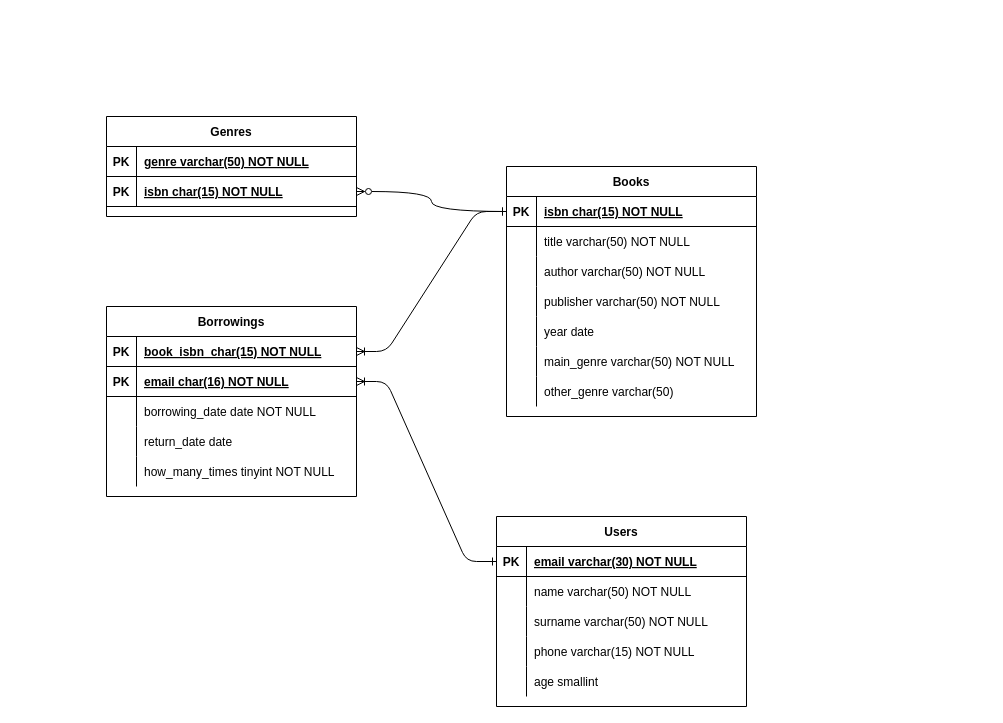
Earlier version of the draw.io diagram ER_biblioteca.drawio (Ghianda22/db-biblioteca). Source tidied: cells renumbered, new cells numbered last; positions are measured from the earlier drawing's top-left corner, leaving out a move shared by most shapes. Both pictures are drawn from the tidied source at 100%, with x=0, y=0 at pixel (106, 116).
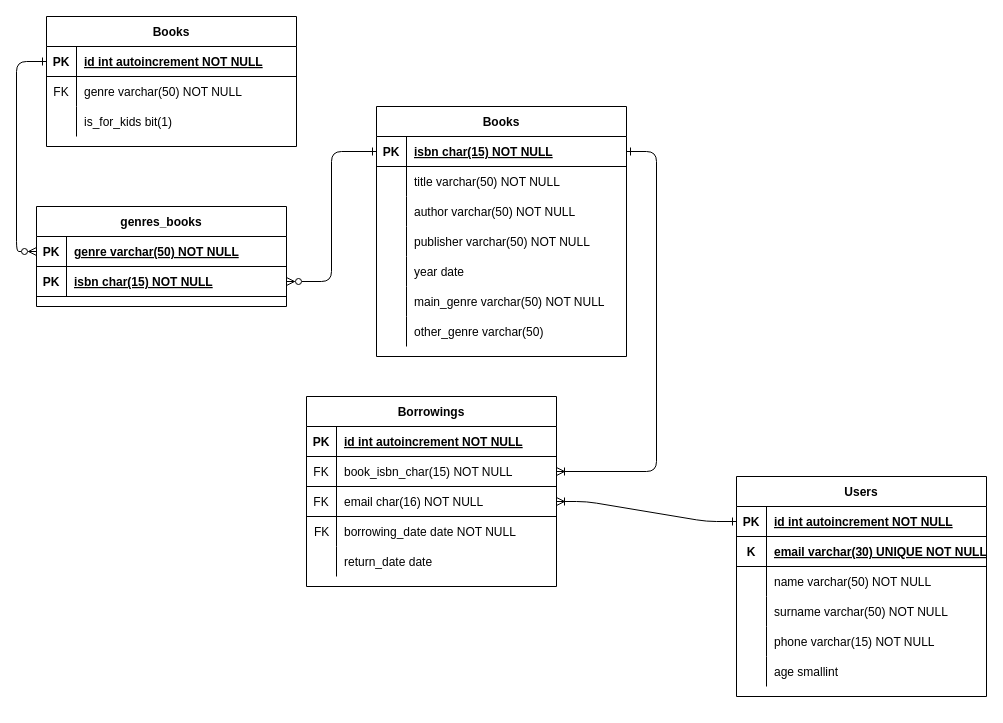
The same diagram, later.

The change refers to these unchanged cells:
```xml
<mxCell id="37" style="shape=partialRectangle;fillColor=none;points=[[0,0.5],[1,0.5]];portConstraint=eastwest;top=0;left=0;right=0;bottom=1;" parent="36" vertex="1">
  <mxGeometry y="30" width="250" height="30" as="geometry" />
</mxCell>
<mxCell id="59" style="shape=partialRectangle;fillColor=none;points=[[0,0.5],[1,0.5]];portConstraint=eastwest;top=0;left=0;right=0;bottom=1;" parent="58" vertex="1">
  <mxGeometry y="30" width="250" height="30" as="geometry" />
</mxCell>
<mxCell id="62" style="shape=partialRectangle;fillColor=none;points=[[0,0.5],[1,0.5]];portConstraint=eastwest;top=0;left=0;right=0;bottom=1;" parent="58" vertex="1">
  <mxGeometry y="60" width="250" height="30" as="geometry" />
</mxCell>
```

Diff of the diagram source:
```diff
@@
-    <mxCell id="3" style="edgeStyle=entityRelationEdgeStyle;endArrow=ERone;startArrow=ERoneToMany;endFill=0;startFill=0;exitX=1;exitY=0.5;exitDx=0;exitDy=0;entryX=0;entryY=0.5;entryDx=0;entryDy=0;" parent="1" edge="1" source="8" target="21">
+    <mxCell id="3" style="edgeStyle=entityRelationEdgeStyle;endArrow=ERone;startArrow=ERoneToMany;endFill=0;startFill=0;exitX=1;exitY=0.5;exitDx=0;exitDy=0;entryX=0;entryY=0.5;entryDx=0;entryDy=0;" parent="1" edge="1" source="8" target="70">
       <mxGeometry relative="1" as="geometry" />
     </mxCell>
     <mxCell id="4" value="Borrowings" style="shape=table;startSize=30;childLayout=tableLayout;rowLines=0;fontStyle=1;align=center;" parent="1" vertex="1">
-      <mxGeometry y="190" width="250" height="190" as="geometry" />
+      <mxGeometry x="200" y="280" width="250" height="190" as="geometry" />
     </mxCell>
+    <mxCell id="67" style="shape=partialRectangle;fillColor=none;top=0;left=0;right=0;bottom=1;" parent="4" vertex="1">
+      <mxGeometry y="30" width="250" height="30" as="geometry" />
+    </mxCell>
+    <mxCell id="68" value="PK" style="shape=partialRectangle;overflow=hidden;fillColor=none;top=0;left=0;bottom=0;right=0;fontStyle=1;" parent="67" vertex="1">
+      <mxGeometry width="30" height="30" as="geometry" />
+    </mxCell>
+    <mxCell id="69" value="id int autoincrement NOT NULL" style="shape=partialRectangle;overflow=hidden;fillColor=none;top=0;left=0;bottom=0;right=0;align=left;spacingLeft=6;fontStyle=5;" parent="67" vertex="1">
+      <mxGeometry x="30" width="220" height="30" as="geometry" />
+    </mxCell>
     <mxCell id="5" style="shape=partialRectangle;fillColor=none;points=[[0,0.5],[1,0.5]];portConstraint=eastwest;top=0;left=0;right=0;bottom=1;" parent="4" vertex="1">
-      <mxGeometry y="30" width="250" height="30" as="geometry" />
+      <mxGeometry y="60" width="250" height="30" as="geometry" />
     </mxCell>
-    <mxCell id="6" value="PK" style="shape=partialRectangle;overflow=hidden;fillColor=none;top=0;left=0;bottom=0;right=0;fontStyle=1;" parent="5" vertex="1">
+    <mxCell id="6" value="FK" style="shape=partialRectangle;overflow=hidden;fillColor=none;top=0;left=0;bottom=0;right=0;fontStyle=0;" parent="5" vertex="1">
       <mxGeometry width="30" height="30" as="geometry" />
     </mxCell>
-    <mxCell id="7" value="book_isbn_char(15) NOT NULL" style="shape=partialRectangle;overflow=hidden;fillColor=none;top=0;left=0;bottom=0;right=0;align=left;spacingLeft=6;fontStyle=5;" parent="5" vertex="1">
+    <mxCell id="7" value="book_isbn_char(15) NOT NULL" style="shape=partialRectangle;overflow=hidden;fillColor=none;top=0;left=0;bottom=0;right=0;align=left;spacingLeft=6;fontStyle=0;" parent="5" vertex="1">
       <mxGeometry x="30" width="220" height="30" as="geometry" />
     </mxCell>
     <mxCell id="8" style="shape=partialRectangle;fillColor=none;points=[[0,0.5],[1,0.5]];portConstraint=eastwest;top=0;left=0;right=0;bottom=1;" parent="4" vertex="1">
-      <mxGeometry y="60" width="250" height="30" as="geometry" />
+      <mxGeometry y="90" width="250" height="30" as="geometry" />
     </mxCell>
-    <mxCell id="9" value="PK" style="shape=partialRectangle;overflow=hidden;fillColor=none;top=0;left=0;bottom=0;right=0;fontStyle=1;" parent="8" vertex="1">
+    <mxCell id="9" value="FK" style="shape=partialRectangle;overflow=hidden;fillColor=none;top=0;left=0;bottom=0;right=0;fontStyle=0;" parent="8" vertex="1">
       <mxGeometry width="30" height="30" as="geometry" />
     </mxCell>
-    <mxCell id="10" value="email char(16) NOT NULL" style="shape=partialRectangle;overflow=hidden;fillColor=none;top=0;left=0;bottom=0;right=0;align=left;spacingLeft=6;fontStyle=5;" parent="8" vertex="1">
+    <mxCell id="10" value="email char(16) NOT NULL" style="shape=partialRectangle;overflow=hidden;fillColor=none;top=0;left=0;bottom=0;right=0;align=left;spacingLeft=6;fontStyle=0;" parent="8" vertex="1">
       <mxGeometry x="30" width="220" height="30" as="geometry" />
     </mxCell>
     <mxCell id="11" style="shape=partialRectangle;fillColor=none;top=0;left=0;right=0;bottom=0;" parent="4" vertex="1">
-      <mxGeometry y="90" width="250" height="30" as="geometry" />
+      <mxGeometry y="120" width="250" height="30" as="geometry" />
     </mxCell>
-    <mxCell id="12" style="shape=partialRectangle;overflow=hidden;fillColor=none;top=0;left=0;bottom=0;right=0;" parent="11" vertex="1">
+    <mxCell id="12" value="FK" style="shape=partialRectangle;overflow=hidden;fillColor=none;top=0;left=0;bottom=0;right=0;align=left;spacingLeft=6;fontStyle=0;" parent="11" vertex="1">
       <mxGeometry width="30" height="30" as="geometry" />
     </mxCell>
-    <mxCell id="13" value="borrowing_date date NOT NULL" style="shape=partialRectangle;overflow=hidden;fillColor=none;top=0;left=0;bottom=0;right=0;align=left;spacingLeft=6;" parent="11" vertex="1">
+    <mxCell id="13" value="borrowing_date date NOT NULL" style="shape=partialRectangle;overflow=hidden;fillColor=none;top=0;left=0;bottom=0;right=0;align=left;spacingLeft=6;fontStyle=0;" parent="11" vertex="1">
       <mxGeometry x="30" width="220" height="30" as="geometry" />
     </mxCell>
     <mxCell id="14" style="shape=partialRectangle;fillColor=none;top=0;left=0;right=0;bottom=0;" parent="4" vertex="1">
-      <mxGeometry y="120" width="250" height="30" as="geometry" />
+      <mxGeometry y="150" width="250" height="30" as="geometry" />
     </mxCell>
@@
-    <mxCell id="17" style="shape=partialRectangle;fillColor=none;top=0;left=0;right=0;bottom=0;" parent="4" vertex="1">
-      <mxGeometry y="150" width="250" height="30" as="geometry" />
-    </mxCell>
-    <mxCell id="18" style="shape=partialRectangle;overflow=hidden;fillColor=none;top=0;left=0;bottom=0;right=0;" parent="17" vertex="1">
-      <mxGeometry width="30" height="30" as="geometry" />
-    </mxCell>
-    <mxCell id="19" value="how_many_times tinyint NOT NULL" style="shape=partialRectangle;overflow=hidden;fillColor=none;top=0;left=0;bottom=0;right=0;align=left;spacingLeft=6;" parent="17" vertex="1">
-      <mxGeometry x="30" width="220" height="30" as="geometry" />
-    </mxCell>
     <mxCell id="20" value="Users" style="shape=table;startSize=30;childLayout=tableLayout;rowLines=0;fontStyle=1;align=center;" parent="1" vertex="1">
-      <mxGeometry x="390" y="400" width="250" height="190" as="geometry" />
+      <mxGeometry x="630" y="360" width="250" height="220" as="geometry" />
     </mxCell>
+    <mxCell id="70" style="shape=partialRectangle;fillColor=none;points=[[0,0.5],[1,0.5]];portConstraint=eastwest;top=0;left=0;right=0;bottom=1;" parent="20" vertex="1">
+      <mxGeometry y="30" width="250" height="30" as="geometry" />
+    </mxCell>
+    <mxCell id="71" value="PK" style="shape=partialRectangle;overflow=hidden;fillColor=none;top=0;left=0;bottom=0;right=0;fontStyle=1;" parent="70" vertex="1">
+      <mxGeometry width="30" height="30" as="geometry" />
+    </mxCell>
+    <mxCell id="72" value="id int autoincrement NOT NULL" style="shape=partialRectangle;overflow=hidden;fillColor=none;top=0;left=0;bottom=0;right=0;align=left;spacingLeft=6;fontStyle=5;" parent="70" vertex="1">
+      <mxGeometry x="30" width="220" height="30" as="geometry" />
+    </mxCell>
     <mxCell id="21" style="shape=partialRectangle;fillColor=none;points=[[0,0.5],[1,0.5]];portConstraint=eastwest;top=0;left=0;right=0;bottom=1;" parent="20" vertex="1">
-      <mxGeometry y="30" width="250" height="30" as="geometry" />
+      <mxGeometry y="60" width="250" height="30" as="geometry" />
     </mxCell>
-    <mxCell id="22" value="PK" style="shape=partialRectangle;overflow=hidden;fillColor=none;top=0;left=0;bottom=0;right=0;fontStyle=1;" parent="21" vertex="1">
+    <mxCell id="22" value="K" style="shape=partialRectangle;overflow=hidden;fillColor=none;top=0;left=0;bottom=0;right=0;fontStyle=1;" parent="21" vertex="1">
       <mxGeometry width="30" height="30" as="geometry" />
     </mxCell>
-    <mxCell id="23" value="email varchar(30) NOT NULL" style="shape=partialRectangle;overflow=hidden;fillColor=none;top=0;left=0;bottom=0;right=0;align=left;spacingLeft=6;fontStyle=5;" parent="21" vertex="1">
+    <mxCell id="23" value="email varchar(30) UNIQUE NOT NULL" style="shape=partialRectangle;overflow=hidden;fillColor=none;top=0;left=0;bottom=0;right=0;align=left;spacingLeft=6;fontStyle=5;" parent="21" vertex="1">
       <mxGeometry x="30" width="220" height="30" as="geometry" />
     </mxCell>
     <mxCell id="24" style="shape=partialRectangle;fillColor=none;top=0;left=0;right=0;bottom=0;" parent="20" vertex="1">
-      <mxGeometry y="60" width="250" height="30" as="geometry" />
+      <mxGeometry y="90" width="250" height="30" as="geometry" />
     </mxCell>
@@
     <mxCell id="27" style="shape=partialRectangle;fillColor=none;top=0;left=0;right=0;bottom=0;" parent="20" vertex="1">
-      <mxGeometry y="90" width="250" height="30" as="geometry" />
+      <mxGeometry y="120" width="250" height="30" as="geometry" />
     </mxCell>
@@
     <mxCell id="30" style="shape=partialRectangle;fillColor=none;top=0;left=0;right=0;bottom=0;" parent="20" vertex="1">
-      <mxGeometry y="120" width="250" height="30" as="geometry" />
+      <mxGeometry y="150" width="250" height="30" as="geometry" />
     </mxCell>
@@
     <mxCell id="33" style="shape=partialRectangle;fillColor=none;top=0;left=0;right=0;bottom=0;" parent="20" vertex="1">
-      <mxGeometry y="150" width="250" height="30" as="geometry" />
+      <mxGeometry y="180" width="250" height="30" as="geometry" />
     </mxCell>
@@
     <mxCell id="36" value="Books" style="shape=table;startSize=30;childLayout=tableLayout;rowLines=0;fontStyle=1;align=center;" parent="1" vertex="1">
-      <mxGeometry x="400" y="50" width="250" height="250" as="geometry" />
+      <mxGeometry x="270" y="-10" width="250" height="250" as="geometry" />
     </mxCell>
@@
-    <mxCell id="58" value="Genres" style="shape=table;startSize=30;childLayout=tableLayout;rowLines=0;fontStyle=1;align=center;" parent="1" vertex="1">
-      <mxGeometry width="250" height="100" as="geometry" />
+    <mxCell id="58" value="genres_books" style="shape=table;startSize=30;childLayout=tableLayout;rowLines=0;fontStyle=1;align=center;" parent="1" vertex="1">
+      <mxGeometry x="-70" y="90" width="250" height="100" as="geometry" />
     </mxCell>
@@
-    <mxCell id="66" style="rounded=0;jettySize=auto;html=1;exitX=0;exitY=0.5;exitDx=0;exitDy=0;entryX=1;entryY=0.5;entryDx=0;entryDy=0;startArrow=ERone;startFill=0;endArrow=ERzeroToMany;endFill=0;edgeStyle=orthogonalEdgeStyle;curved=1;" parent="1" edge="1" source="37" target="62">
+    <mxCell id="66" style="rounded=1;jettySize=auto;html=1;exitX=0;exitY=0.5;exitDx=0;exitDy=0;entryX=1;entryY=0.5;entryDx=0;entryDy=0;startArrow=ERone;startFill=0;endArrow=ERzeroToMany;endFill=0;edgeStyle=orthogonalEdgeStyle;" parent="1" edge="1" source="37" target="62">
       <mxGeometry relative="1" as="geometry" />
     </mxCell>
+    <mxCell id="73" value="Books" style="shape=table;startSize=30;childLayout=tableLayout;rowLines=0;fontStyle=1;align=center;" parent="1" vertex="1">
+      <mxGeometry x="-60" y="-100" width="250" height="130" as="geometry" />
+    </mxCell>
+    <mxCell id="74" style="shape=partialRectangle;fillColor=none;points=[[0,0.5],[1,0.5]];portConstraint=eastwest;top=0;left=0;right=0;bottom=1;" parent="73" vertex="1">
+      <mxGeometry y="30" width="250" height="30" as="geometry" />
+    </mxCell>
+    <mxCell id="75" value="PK" style="shape=partialRectangle;overflow=hidden;fillColor=none;top=0;left=0;bottom=0;right=0;fontStyle=1;" parent="74" vertex="1">
+      <mxGeometry width="30" height="30" as="geometry" />
+    </mxCell>
+    <mxCell id="76" value="id int autoincrement NOT NULL" style="shape=partialRectangle;overflow=hidden;fillColor=none;top=0;left=0;bottom=0;right=0;align=left;spacingLeft=6;fontStyle=5;" parent="74" vertex="1">
+      <mxGeometry x="30" width="220" height="30" as="geometry" />
+    </mxCell>
+    <mxCell id="77" style="shape=partialRectangle;fillColor=none;top=0;left=0;right=0;bottom=0;" parent="73" vertex="1">
+      <mxGeometry y="60" width="250" height="30" as="geometry" />
+    </mxCell>
+    <mxCell id="78" value="FK" style="shape=partialRectangle;overflow=hidden;fillColor=none;top=0;left=0;bottom=0;right=0;" parent="77" vertex="1">
+      <mxGeometry width="30" height="30" as="geometry" />
+    </mxCell>
+    <mxCell id="79" value="genre varchar(50) NOT NULL" style="shape=partialRectangle;overflow=hidden;fillColor=none;top=0;left=0;bottom=0;right=0;align=left;spacingLeft=6;" parent="77" vertex="1">
+      <mxGeometry x="30" width="220" height="30" as="geometry" />
+    </mxCell>
+    <mxCell id="80" style="shape=partialRectangle;fillColor=none;top=0;left=0;right=0;bottom=0;" parent="73" vertex="1">
+      <mxGeometry y="90" width="250" height="30" as="geometry" />
+    </mxCell>
+    <mxCell id="18" style="shape=partialRectangle;overflow=hidden;fillColor=none;top=0;left=0;bottom=0;right=0;" parent="80" vertex="1">
+      <mxGeometry width="30" height="30" as="geometry" />
+    </mxCell>
+    <mxCell id="81" value="is_for_kids bit(1)" style="shape=partialRectangle;overflow=hidden;fillColor=none;top=0;left=0;bottom=0;right=0;align=left;spacingLeft=6;" parent="80" vertex="1">
+      <mxGeometry x="30" width="220" height="30" as="geometry" />
+    </mxCell>
+    <mxCell id="82" style="edgeStyle=orthogonalEdgeStyle;rounded=1;jettySize=auto;html=1;exitX=0;exitY=0.5;exitDx=0;exitDy=0;entryX=0;entryY=0.5;entryDx=0;entryDy=0;startArrow=ERone;startFill=0;endArrow=ERzeroToMany;endFill=0;" parent="1" edge="1" source="74" target="59">
+      <mxGeometry relative="1" as="geometry" />
+    </mxCell>
```
